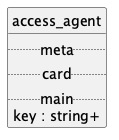
This is api/access_agent/uml.png from contactopensource/contactopensource, a PlantUML export, as it was before one commit.
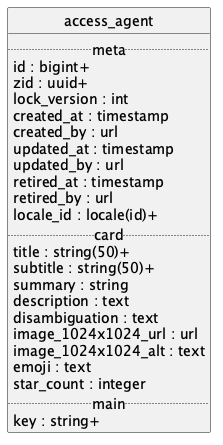
The same file after the commit.

Diff of the diagram source:
```diff
@@ -5,7 +5,26 @@
 
 entity access_agent {
   .. meta ..
+  id : bigint+
+  zid : uuid+
+  lock_version : int
+  created_at : timestamp
+  created_by : url
+  updated_at : timestamp
+  updated_by : url
+  retired_at : timestamp
+  retired_by : url
+  locale_id : locale(id)+
   .. card ..
+  title : string(50)+
+  subtitle : string(50)+
+  summary : string
+  description : text
+  disambiguation : text
+  image_1024x1024_url : url
+  image_1024x1024_alt : text
+  emoji : text
+  star_count : integer
   .. main ..
   key : string+
 }
```
